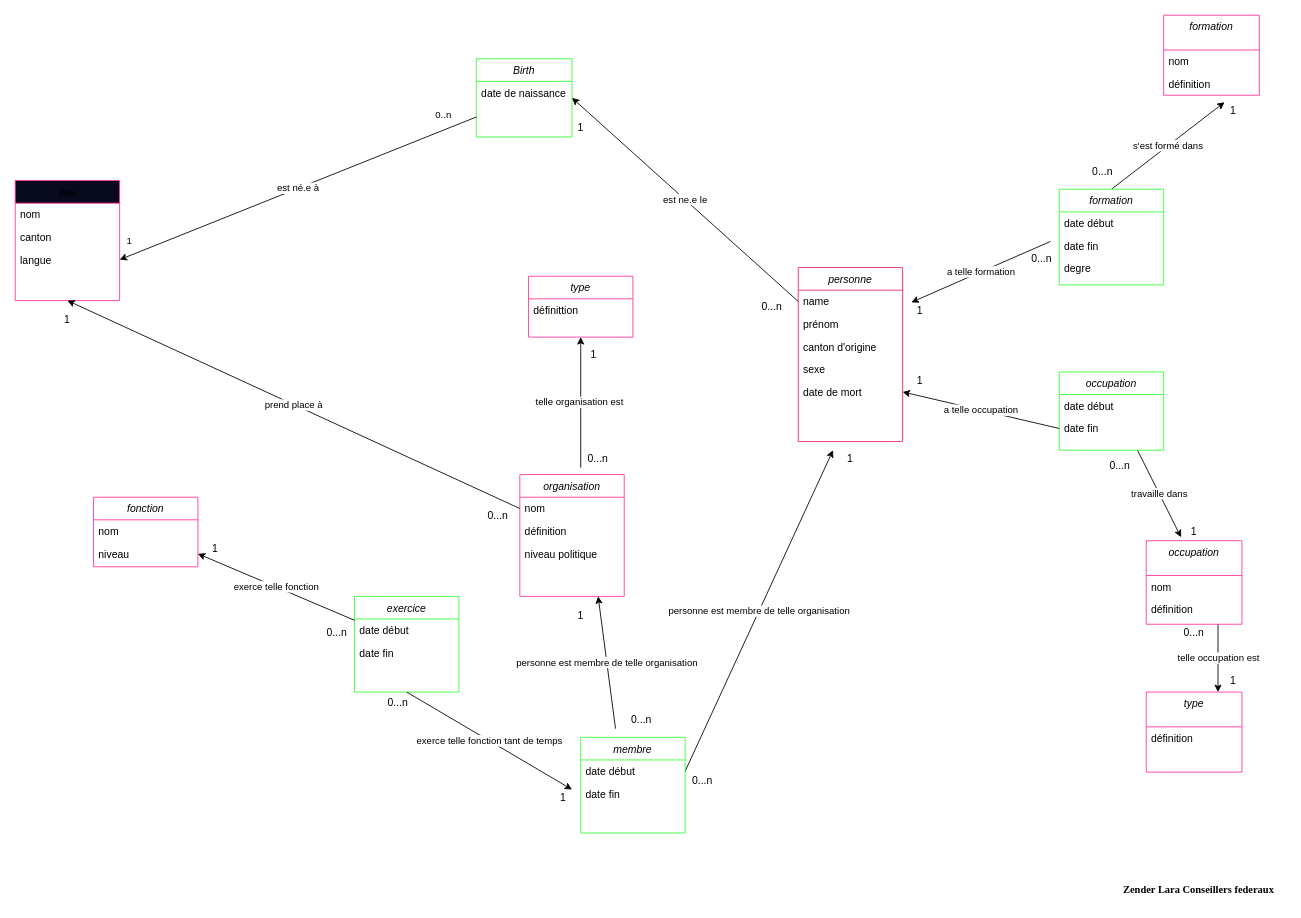
The draw.io diagram MCD_to_database_conseil_federal.drawio in Sciences-historiques-numeriques/std_conseil_federal, before the edit. Source tidied: cells renumbered, new cells numbered last; positions are measured from the earlier drawing's top-left corner, leaving out a move shared by most shapes. Both pictures are drawn from the tidied source at 87%, with x=0, y=0 at pixel (15, 15).
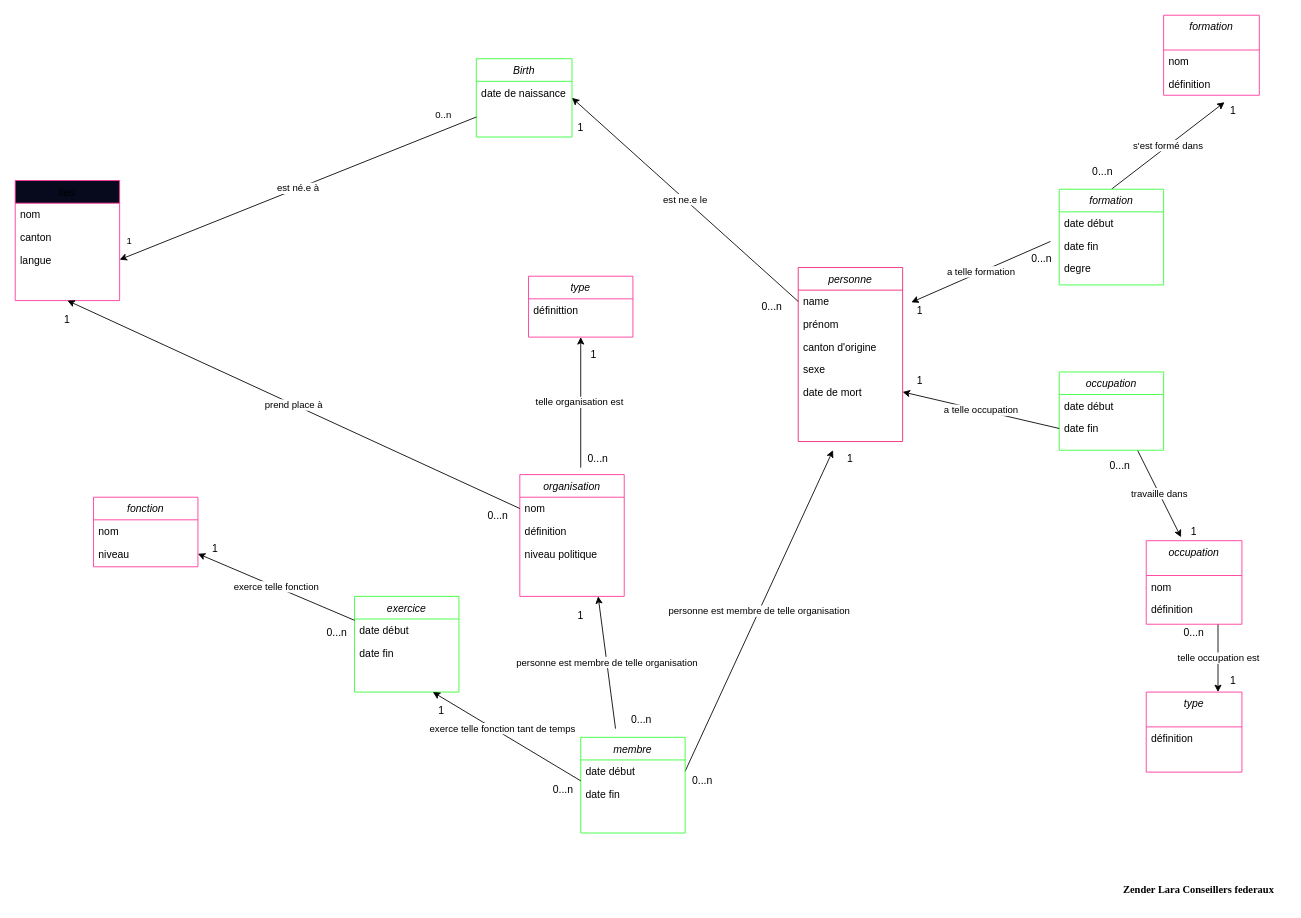
The same diagram, later.

Unchanged cells that the change refers to:
```xml
<mxCell id="38" value="date début" style="text;align=left;verticalAlign=top;spacingLeft=4;spacingRight=4;overflow=hidden;points=[[0,0.5],[1,0.5]];portConstraint=eastwest;" parent="37" vertex="1">
  <mxGeometry y="26" width="120" height="26" as="geometry" />
</mxCell>
<mxCell id="41" value="exercice" style="swimlane;fontStyle=2;align=center;verticalAlign=top;horizontal=1;startSize=26;rounded=0;shadow=0;strokeWidth=1;strokeColor=#33FF33;" parent="1" vertex="1">
  <mxGeometry x="390" y="668" width="120" height="110" as="geometry" />
</mxCell>
```

Change to the diagram source:
```diff
@@
-    <mxCell id="57" value="exerce telle fonction tant de temps" style="edgeStyle=none;html=1;exitX=0.5;exitY=1;exitDx=0;exitDy=0;" parent="1" edge="1" source="41">
-      <mxGeometry relative="1" as="geometry">
-        <mxPoint x="640" y="890" as="targetPoint" />
-      </mxGeometry>
+    <mxCell id="57" value="exerce telle fonction tant de temps" style="edgeStyle=none;html=1;exitX=0;exitY=0.923;exitDx=0;exitDy=0;exitPerimeter=0;entryX=0.75;entryY=1;entryDx=0;entryDy=0;" parent="1" edge="1" source="38" target="41">
+      <mxGeometry x="0.09" y="-5" relative="1" as="geometry" />
     </mxCell>
@@
     <mxCell id="60" value="0...n" style="text;strokeColor=none;align=center;fillColor=none;html=1;verticalAlign=middle;whiteSpace=wrap;rounded=0;" parent="1" vertex="1">
-      <mxGeometry x="420" y="780" width="40" height="20" as="geometry" />
+      <mxGeometry x="610" y="880" width="40" height="20" as="geometry" />
     </mxCell>
@@
     <mxCell id="89" value="1" style="text;strokeColor=none;align=center;fillColor=none;html=1;verticalAlign=middle;whiteSpace=wrap;rounded=0;" parent="1" vertex="1">
-      <mxGeometry x="610" y="890" width="40" height="20" as="geometry" />
+      <mxGeometry x="470" y="790" width="40" height="20" as="geometry" />
     </mxCell>
```
